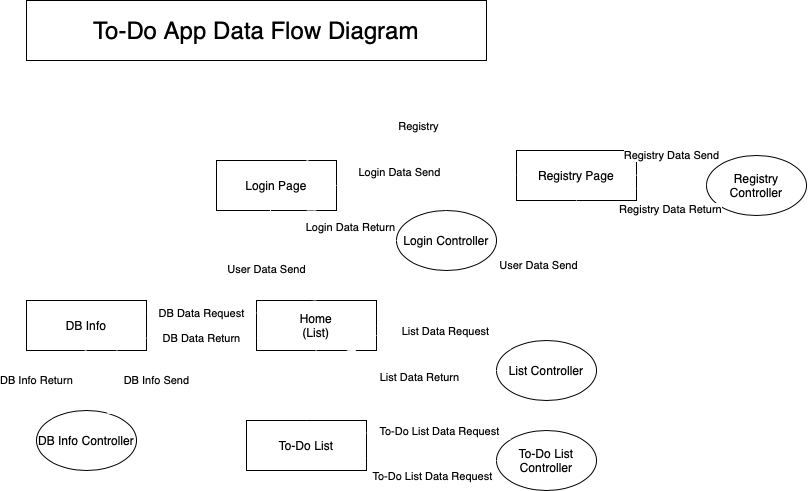
Before: design/To-Do App Data Flow Diagram.png, a diagram exported from draw.io (imaneya/clush-todo-backend). Source tidied: cells renumbered, new cells last; positions are measured from the earlier drawing's top-left corner, leaving out a move shared by most shapes.
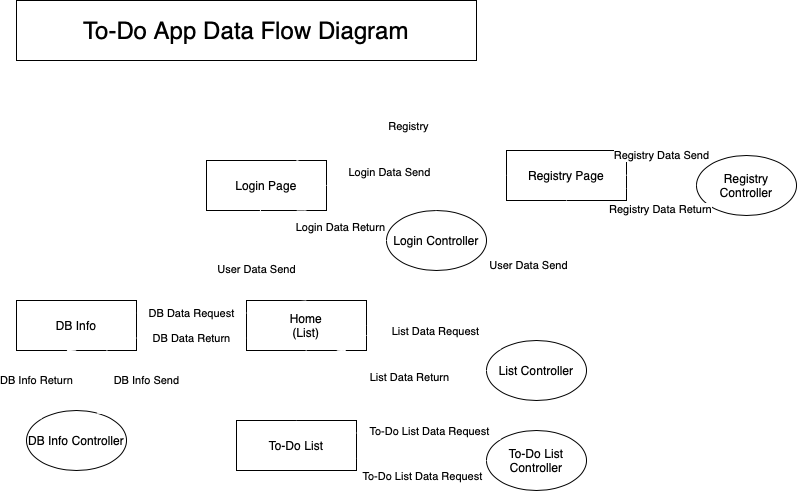
Above is the later version.

What changed in the source:
```diff
@@ -136,8 +136,8 @@
         </Array>
       </mxGeometry>
     </mxCell>
-    <mxCell id="29" value="DB Info Return" style="curved=1;endArrow=classic;html=1;rounded=0;exitX=0.5;exitY=1;exitDx=0;exitDy=0;entryX=0;entryY=0;entryDx=0;entryDy=0;strokeColor=#FFFFFF;" parent="1" edge="1" source="6" target="27">
-      <mxGeometry x="0.21" y="-3" relative="1" as="geometry">
+    <mxCell id="29" value="DB Info Return" style="curved=1;endArrow=classic;html=1;rounded=0;exitX=0;exitY=0;exitDx=0;exitDy=0;strokeColor=#FFFFFF;entryX=0.5;entryY=1;entryDx=0;entryDy=0;" parent="1" edge="1" source="27" target="6">
+      <mxGeometry x="-0.27" y="-7" relative="1" as="geometry">
         <Array as="points">
           <mxPoint x="10" y="370" />
         </Array>
```
